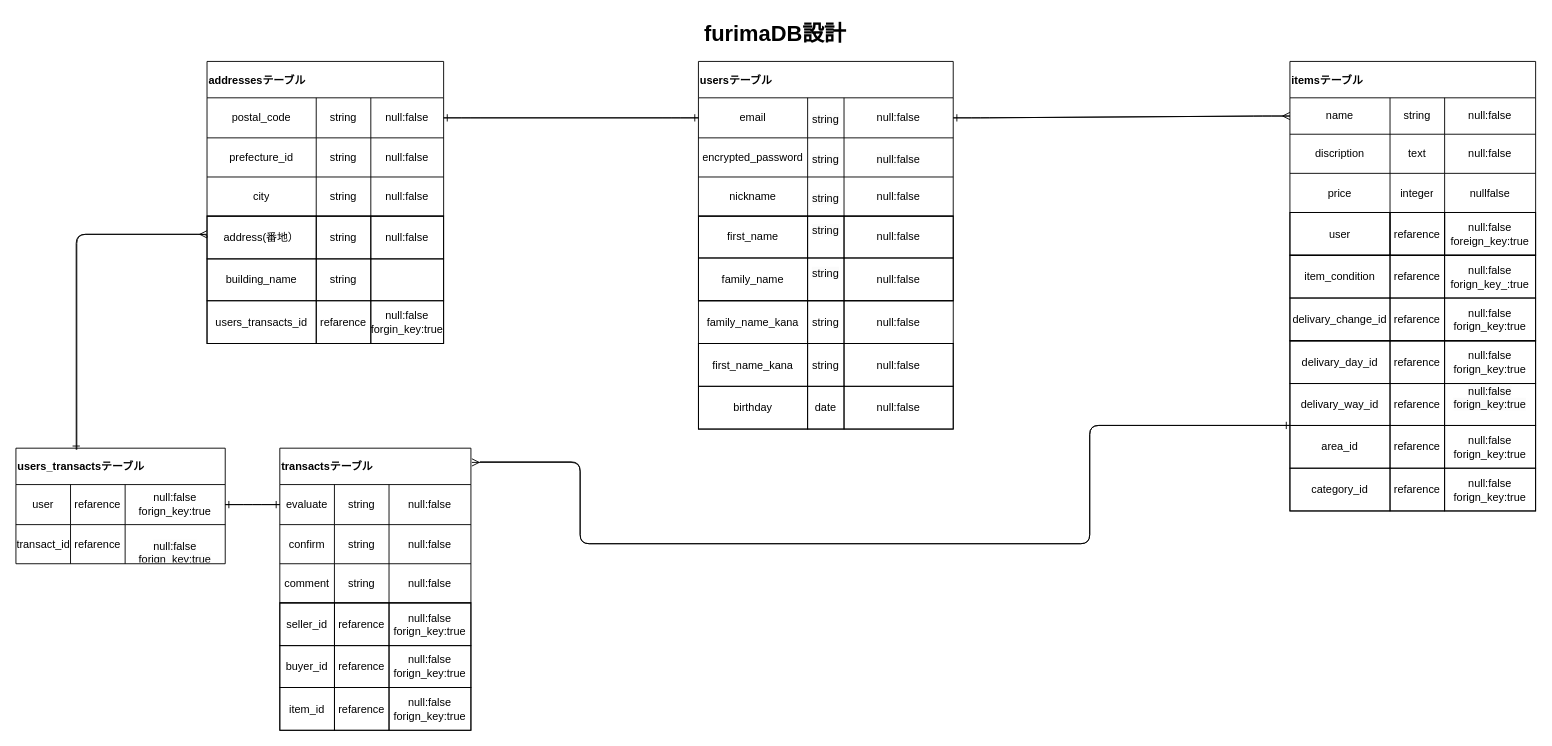
Before: test.dio in hiro1090/furima-40159, a draw.io diagram. Source tidied: cells renumbered, new cells numbered last; positions are measured from the earlier drawing's top-left corner, leaving out a move shared by most shapes. Both pictures are drawn from the tidied source at 91%, with x=0, y=0 at pixel (15, 15).
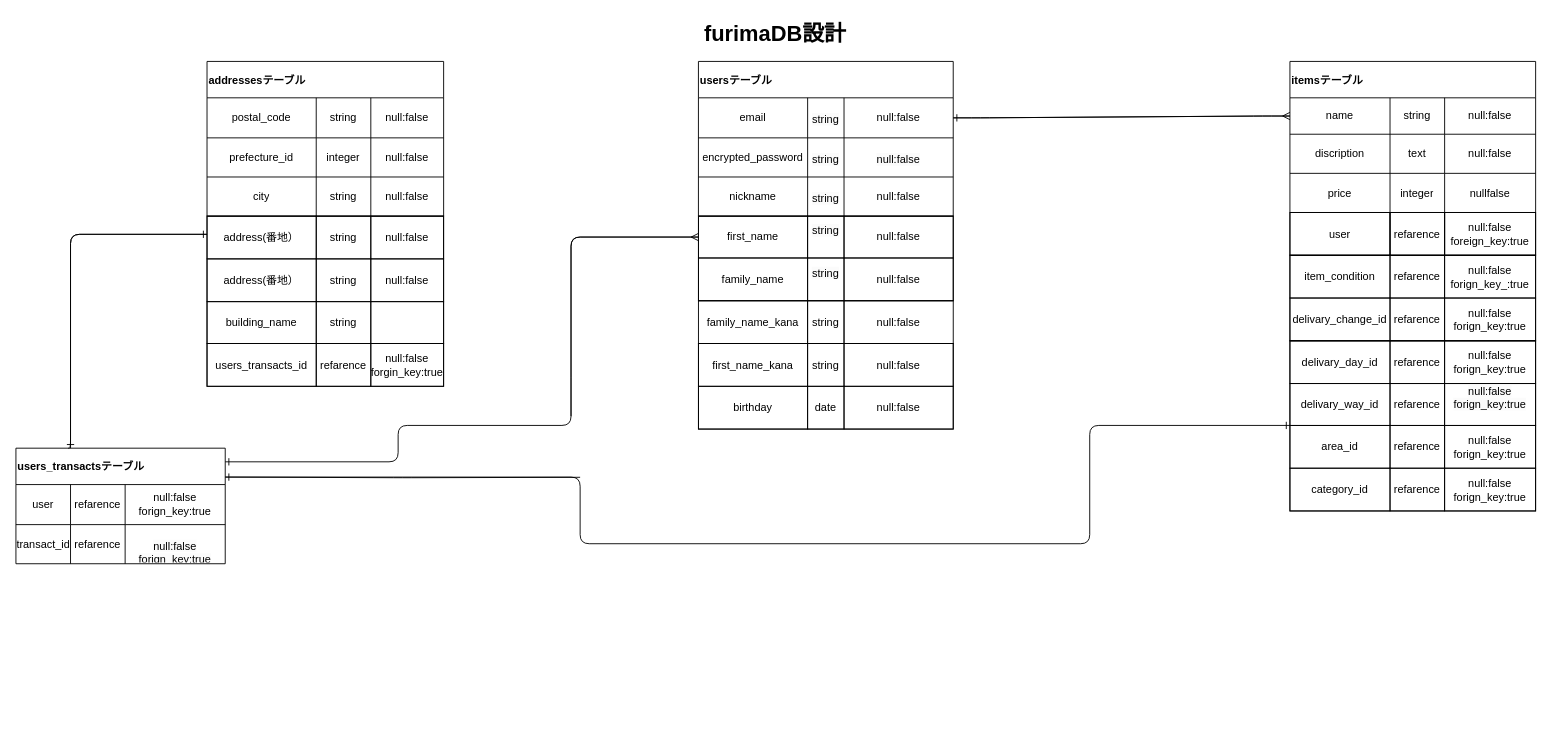
The same diagram, later.

Commit message (it also covers changes not shown here):
ER図、READMEの修正3

Unchanged cells that the change refers to:
```xml
<mxCell id="3" style="shape=tableRow;horizontal=0;startSize=0;swimlaneHead=0;swimlaneBody=0;top=0;left=0;bottom=0;right=0;fillColor=none;points=[[0,0.5],[1,0.5]];portConstraint=eastwest;fontSize=12;" parent="2" vertex="1">
  <mxGeometry y="40" width="280" height="44" as="geometry" />
</mxCell>
<mxCell id="17" style="shape=tableRow;horizontal=0;startSize=0;swimlaneHead=0;swimlaneBody=0;top=0;left=0;bottom=0;right=0;fontStyle=0;fillColor=none;strokeColor=inherit;sketch=0;strokeWidth=1;fontSize=12;" parent="16" vertex="1">
  <mxGeometry width="280" height="46" as="geometry" />
</mxCell>
<mxCell id="43" style="shape=tableRow;horizontal=0;startSize=0;swimlaneHead=0;swimlaneBody=0;top=0;left=0;bottom=0;right=0;fillColor=none;points=[[0,0.5],[1,0.5]];portConstraint=eastwest;" parent="42" vertex="1">
  <mxGeometry y="40" width="260" height="44" as="geometry" />
</mxCell>
<mxCell id="47" style="shape=tableRow;horizontal=0;startSize=0;swimlaneHead=0;swimlaneBody=0;top=0;left=0;bottom=0;right=0;fillColor=none;" parent="42" vertex="1">
  <mxGeometry y="84" width="260" height="43" as="geometry" />
</mxCell>
<mxCell id="100" style="shape=tableRow;horizontal=0;startSize=0;swimlaneHead=0;swimlaneBody=0;top=0;left=0;bottom=0;right=0;fontStyle=0;fillColor=none;strokeColor=inherit;sketch=0;strokeWidth=1;" parent="95" vertex="1">
  <mxGeometry y="47" width="270" height="46" as="geometry" />
</mxCell>
<mxCell id="104" style="shape=tableRow;horizontal=0;startSize=0;swimlaneHead=0;swimlaneBody=0;top=0;left=0;bottom=0;right=0;fontStyle=0;fillColor=none;strokeColor=inherit;sketch=0;strokeWidth=1;" parent="95" vertex="1">
  <mxGeometry y="93" width="270" height="47" as="geometry" />
</mxCell>
<mxCell id="137" value="users_transactsテーブル" style="shape=table;startSize=40;childLayout=tableLayout;fontStyle=1;align=left;swimlaneFillColor=none;" parent="1" vertex="1">
  <mxGeometry y="475" width="230" height="127" as="geometry" />
</mxCell>
<mxCell id="138" style="shape=tableRow;horizontal=0;startSize=0;swimlaneHead=0;swimlaneBody=0;top=0;left=0;bottom=0;right=0;fillColor=none;points=[[0,0.5],[1,0.5]];portConstraint=eastwest;" parent="137" vertex="1">
  <mxGeometry y="40" width="230" height="44" as="geometry" />
</mxCell>
```

What changed in the source:
```diff
@@
-    <mxCell id="49" value="string" style="shape=partialRectangle;html=1;whiteSpace=wrap;fillColor=none;top=0;left=0;bottom=0;right=0;overflow=hidden;" parent="47" vertex="1">
+    <mxCell id="49" value="integer" style="shape=partialRectangle;html=1;whiteSpace=wrap;fillColor=none;top=0;left=0;bottom=0;right=0;overflow=hidden;" parent="47" vertex="1">
       <mxGeometry x="120" width="60" height="43" as="geometry" />
     </mxCell>
@@
     <mxCell id="55" style="childLayout=tableLayout;shadow=0;fillColor=none;sketch=0;strokeColor=default;strokeWidth=1;" parent="1" vertex="1">
-      <mxGeometry x="210" y="220" width="260" height="140" as="geometry" />
+      <mxGeometry x="210" y="220" width="260" height="187" as="geometry" />
     </mxCell>
+    <mxCell id="152" style="shape=tableRow;horizontal=0;startSize=0;swimlaneHead=0;swimlaneBody=0;top=0;left=0;bottom=0;right=0;fontStyle=0;fillColor=none;strokeColor=inherit;sketch=0;strokeWidth=1;" parent="55" vertex="1">
+      <mxGeometry width="260" height="47" as="geometry" />
+    </mxCell>
+    <mxCell id="153" value="address(番地）" style="strokeColor=inherit;fillColor=none;align=center;whiteSpace=wrap;html=1;sketch=0;strokeWidth=1;" parent="152" vertex="1">
+      <mxGeometry width="120" height="47" as="geometry" />
+    </mxCell>
+    <mxCell id="154" value="string" style="strokeColor=inherit;fillColor=none;align=center;whiteSpace=wrap;html=1;sketch=0;strokeWidth=1;" parent="152" vertex="1">
+      <mxGeometry x="120" width="60" height="47" as="geometry" />
+    </mxCell>
+    <mxCell id="155" value="null:false" style="strokeColor=inherit;fillColor=none;align=center;whiteSpace=wrap;html=1;sketch=0;strokeWidth=1;" parent="152" vertex="1">
+      <mxGeometry x="180" width="80" height="47" as="geometry" />
+    </mxCell>
     <mxCell id="56" style="shape=tableRow;horizontal=0;startSize=0;swimlaneHead=0;swimlaneBody=0;top=0;left=0;bottom=0;right=0;fontStyle=0;fillColor=none;strokeColor=inherit;sketch=0;strokeWidth=1;" parent="55" vertex="1">
-      <mxGeometry width="260" height="47" as="geometry" />
+      <mxGeometry y="47" width="260" height="47" as="geometry" />
     </mxCell>
@@
     <mxCell id="60" style="shape=tableRow;horizontal=0;startSize=0;swimlaneHead=0;swimlaneBody=0;top=0;left=0;bottom=0;right=0;fontStyle=0;fillColor=none;strokeColor=inherit;sketch=0;strokeWidth=1;" parent="55" vertex="1">
-      <mxGeometry y="47" width="260" height="46" as="geometry" />
+      <mxGeometry y="94" width="260" height="46" as="geometry" />
     </mxCell>
@@
     <mxCell id="64" style="shape=tableRow;horizontal=0;startSize=0;swimlaneHead=0;swimlaneBody=0;top=0;left=0;bottom=0;right=0;fontStyle=0;fillColor=none;strokeColor=inherit;sketch=0;strokeWidth=1;" parent="55" vertex="1">
-      <mxGeometry y="93" width="260" height="47" as="geometry" />
+      <mxGeometry y="140" width="260" height="47" as="geometry" />
     </mxCell>
@@
-    <mxCell id="68" style="edgeStyle=entityRelationEdgeStyle;fontSize=12;html=1;endArrow=ERone;endFill=1;exitX=1;exitY=0.5;exitDx=0;exitDy=0;" parent="1" edge="1" source="43" target="3">
-      <mxGeometry relative="1" as="geometry" />
-    </mxCell>
-    <mxCell id="69" style="edgeStyle=entityRelationEdgeStyle;fontSize=12;html=1;endArrow=ERone;endFill=1;entryX=1;entryY=0.5;entryDx=0;entryDy=0;exitX=0;exitY=0.5;exitDx=0;exitDy=0;" parent="1" edge="1" source="3" target="43">
-      <mxGeometry relative="1" as="geometry" />
-    </mxCell>
@@
-    <mxCell id="73" value="transactsテーブル" style="shape=table;startSize=40;childLayout=tableLayout;fontStyle=1;align=left;swimlaneFillColor=none;" parent="1" vertex="1">
-      <mxGeometry x="290" y="475" width="210" height="170" as="geometry" />
-    </mxCell>
-    <mxCell id="74" style="shape=tableRow;horizontal=0;startSize=0;swimlaneHead=0;swimlaneBody=0;top=0;left=0;bottom=0;right=0;fillColor=none;points=[[0,0.5],[1,0.5]];portConstraint=eastwest;" parent="73" vertex="1">
-      <mxGeometry y="40" width="210" height="44" as="geometry" />
-    </mxCell>
-    <mxCell id="75" value="evaluate" style="shape=partialRectangle;html=1;whiteSpace=wrap;fillColor=none;top=0;left=0;bottom=0;right=0;overflow=hidden;" parent="74" vertex="1">
-      <mxGeometry width="60" height="44" as="geometry" />
-    </mxCell>
-    <mxCell id="76" value="string" style="shape=partialRectangle;html=1;whiteSpace=wrap;fillColor=none;top=0;left=0;bottom=0;right=0;overflow=hidden;" parent="74" vertex="1">
-      <mxGeometry x="60" width="60" height="44" as="geometry" />
-    </mxCell>
-    <mxCell id="77" value="null:false" style="shape=partialRectangle;html=1;whiteSpace=wrap;fillColor=none;top=0;left=0;bottom=0;right=0;overflow=hidden;" parent="74" vertex="1">
-      <mxGeometry x="120" width="90" height="44" as="geometry" />
-    </mxCell>
-    <mxCell id="78" style="shape=tableRow;horizontal=0;startSize=0;swimlaneHead=0;swimlaneBody=0;top=0;left=0;bottom=0;right=0;fillColor=none;" parent="73" vertex="1">
-      <mxGeometry y="84" width="210" height="43" as="geometry" />
-    </mxCell>
-    <mxCell id="79" value="confirm" style="shape=partialRectangle;html=1;whiteSpace=wrap;fillColor=none;top=0;left=0;bottom=0;right=0;overflow=hidden;" parent="78" vertex="1">
-      <mxGeometry width="60" height="43" as="geometry" />
-    </mxCell>
-    <mxCell id="80" value="string" style="shape=partialRectangle;html=1;whiteSpace=wrap;fillColor=none;top=0;left=0;bottom=0;right=0;overflow=hidden;" parent="78" vertex="1">
-      <mxGeometry x="60" width="60" height="43" as="geometry" />
-    </mxCell>
-    <mxCell id="81" value="null:false" style="shape=partialRectangle;html=1;whiteSpace=wrap;fillColor=none;top=0;left=0;bottom=0;right=0;overflow=hidden;" parent="78" vertex="1">
-      <mxGeometry x="120" width="90" height="43" as="geometry" />
-    </mxCell>
-    <mxCell id="82" style="shape=tableRow;horizontal=0;startSize=0;swimlaneHead=0;swimlaneBody=0;top=0;left=0;bottom=0;right=0;fillColor=none;" parent="73" vertex="1">
-      <mxGeometry y="127" width="210" height="43" as="geometry" />
-    </mxCell>
-    <mxCell id="83" value="comment" style="shape=partialRectangle;html=1;whiteSpace=wrap;fillColor=none;top=0;left=0;bottom=0;right=0;overflow=hidden;" parent="82" vertex="1">
-      <mxGeometry width="60" height="43" as="geometry" />
-    </mxCell>
-    <mxCell id="84" value="string" style="shape=partialRectangle;html=1;whiteSpace=wrap;fillColor=none;top=0;left=0;bottom=0;right=0;overflow=hidden;" parent="82" vertex="1">
-      <mxGeometry x="60" width="60" height="43" as="geometry" />
-    </mxCell>
-    <mxCell id="85" value="null:false" style="shape=partialRectangle;html=1;whiteSpace=wrap;fillColor=none;top=0;left=0;bottom=0;right=0;overflow=hidden;" parent="82" vertex="1">
-      <mxGeometry x="120" width="90" height="43" as="geometry" />
-    </mxCell>
@@
-    <mxCell id="124" style="childLayout=tableLayout;shadow=0;fillColor=none;sketch=0;strokeColor=default;strokeWidth=1;" parent="1" vertex="1">
-      <mxGeometry x="290" y="645" width="210" height="140" as="geometry" />
-    </mxCell>
-    <mxCell id="125" style="shape=tableRow;horizontal=0;startSize=0;swimlaneHead=0;swimlaneBody=0;top=0;left=0;bottom=0;right=0;fontStyle=0;fillColor=none;strokeColor=inherit;sketch=0;strokeWidth=1;" parent="124" vertex="1">
-      <mxGeometry width="210" height="47" as="geometry" />
-    </mxCell>
-    <mxCell id="126" value="seller_id" style="strokeColor=inherit;fillColor=none;align=center;whiteSpace=wrap;html=1;sketch=0;strokeWidth=1;" parent="125" vertex="1">
-      <mxGeometry width="60" height="47" as="geometry" />
-    </mxCell>
-    <mxCell id="127" value="refarence" style="strokeColor=inherit;fillColor=none;align=center;whiteSpace=wrap;html=1;sketch=0;strokeWidth=1;" parent="125" vertex="1">
-      <mxGeometry x="60" width="60" height="47" as="geometry" />
-    </mxCell>
-    <mxCell id="128" value="null:false&lt;br style=&quot;border-color: var(--border-color);&quot;&gt;forign_key:true" style="strokeColor=inherit;fillColor=none;align=center;whiteSpace=wrap;html=1;sketch=0;strokeWidth=1;" parent="125" vertex="1">
-      <mxGeometry x="120" width="90" height="47" as="geometry" />
-    </mxCell>
-    <mxCell id="129" style="shape=tableRow;horizontal=0;startSize=0;swimlaneHead=0;swimlaneBody=0;top=0;left=0;bottom=0;right=0;fontStyle=0;fillColor=none;strokeColor=inherit;sketch=0;strokeWidth=1;" parent="124" vertex="1">
-      <mxGeometry y="47" width="210" height="46" as="geometry" />
-    </mxCell>
-    <mxCell id="130" value="buyer_id" style="strokeColor=inherit;fillColor=none;align=center;whiteSpace=wrap;html=1;sketch=0;strokeWidth=1;" parent="129" vertex="1">
-      <mxGeometry width="60" height="46" as="geometry" />
-    </mxCell>
-    <mxCell id="131" value="refarence" style="strokeColor=inherit;fillColor=none;align=center;whiteSpace=wrap;html=1;sketch=0;strokeWidth=1;" parent="129" vertex="1">
-      <mxGeometry x="60" width="60" height="46" as="geometry" />
-    </mxCell>
-    <mxCell id="132" value="null:false&lt;br style=&quot;border-color: var(--border-color);&quot;&gt;forign_key:true" style="strokeColor=inherit;fillColor=none;align=center;whiteSpace=wrap;html=1;sketch=0;strokeWidth=1;" parent="129" vertex="1">
-      <mxGeometry x="120" width="90" height="46" as="geometry" />
-    </mxCell>
-    <mxCell id="133" style="shape=tableRow;horizontal=0;startSize=0;swimlaneHead=0;swimlaneBody=0;top=0;left=0;bottom=0;right=0;fontStyle=0;fillColor=none;strokeColor=inherit;sketch=0;strokeWidth=1;" parent="124" vertex="1">
-      <mxGeometry y="93" width="210" height="47" as="geometry" />
-    </mxCell>
-    <mxCell id="134" value="item_id" style="strokeColor=inherit;fillColor=none;align=center;whiteSpace=wrap;html=1;sketch=0;strokeWidth=1;" parent="133" vertex="1">
-      <mxGeometry width="60" height="47" as="geometry" />
-    </mxCell>
-    <mxCell id="135" value="refarence" style="strokeColor=inherit;fillColor=none;align=center;whiteSpace=wrap;html=1;sketch=0;strokeWidth=1;" parent="133" vertex="1">
-      <mxGeometry x="60" width="60" height="47" as="geometry" />
-    </mxCell>
-    <mxCell id="136" value="null:false&lt;br style=&quot;border-color: var(--border-color);&quot;&gt;forign_key:true" style="strokeColor=inherit;fillColor=none;align=center;whiteSpace=wrap;html=1;sketch=0;strokeWidth=1;" parent="133" vertex="1">
-      <mxGeometry x="120" width="90" height="47" as="geometry" />
-    </mxCell>
@@
-    <mxCell id="146" style="edgeStyle=entityRelationEdgeStyle;fontSize=12;html=1;endArrow=ERone;endFill=1;entryX=1;entryY=0.5;entryDx=0;entryDy=0;exitX=0;exitY=0.5;exitDx=0;exitDy=0;" parent="1" edge="1" source="74" target="138">
-      <mxGeometry relative="1" as="geometry" />
-    </mxCell>
-    <mxCell id="147" style="edgeStyle=entityRelationEdgeStyle;fontSize=12;html=1;endArrow=ERone;endFill=1;entryX=0;entryY=0.5;entryDx=0;entryDy=0;" parent="1" edge="1" source="138" target="74">
-      <mxGeometry relative="1" as="geometry" />
-    </mxCell>
-    <mxCell id="148" style="edgeStyle=orthogonalEdgeStyle;fontSize=12;html=1;endArrow=ERmany;entryX=1.005;entryY=0.092;entryDx=0;entryDy=0;entryPerimeter=0;exitX=0;exitY=1;exitDx=0;exitDy=0;" parent="1" edge="1" source="100" target="73">
-      <mxGeometry relative="1" as="geometry">
-        <Array as="points">
-          <mxPoint x="1180" y="450" />
-          <mxPoint x="1180" y="580" />
-          <mxPoint x="620" y="580" />
-          <mxPoint x="620" y="491" />
-        </Array>
-      </mxGeometry>
-    </mxCell>
-    <mxCell id="149" style="edgeStyle=orthogonalEdgeStyle;fontSize=12;html=1;endArrow=ERone;endFill=1;entryX=0;entryY=0;entryDx=0;entryDy=0;" parent="1" edge="1" target="104">
+    <mxCell id="149" style="edgeStyle=orthogonalEdgeStyle;fontSize=12;html=1;endArrow=ERone;endFill=1;entryX=0;entryY=0;entryDx=0;entryDy=0;exitX=1;exitY=0.25;exitDx=0;exitDy=0;" parent="1" edge="1" source="137" target="104">
       <mxGeometry relative="1" as="geometry">
-        <mxPoint x="510" y="490" as="sourcePoint" />
         <Array as="points">
-          <mxPoint x="620" y="490" />
+          <mxPoint x="620" y="507" />
           <mxPoint x="620" y="580" />
           <mxPoint x="1180" y="580" />
           <mxPoint x="1180" y="450" />
         </Array>
       </mxGeometry>
     </mxCell>
-    <mxCell id="150" style="edgeStyle=orthogonalEdgeStyle;fontSize=12;html=1;endArrow=ERone;endFill=1;entryX=0.288;entryY=0.013;entryDx=0;entryDy=0;entryPerimeter=0;exitX=0;exitY=0.5;exitDx=0;exitDy=0;" parent="1" edge="1" source="56" target="137">
+    <mxCell id="150" style="edgeStyle=orthogonalEdgeStyle;fontSize=12;html=1;endArrow=ERone;endFill=1;" parent="1" edge="1" source="152" target="137">
       <mxGeometry relative="1" as="geometry">
         <Array as="points">
-          <mxPoint x="210" y="240" />
-          <mxPoint x="66" y="240" />
+          <mxPoint x="60" y="240" />
         </Array>
       </mxGeometry>
     </mxCell>
-    <mxCell id="151" style="edgeStyle=orthogonalEdgeStyle;fontSize=12;html=1;endArrow=ERmany;exitX=0.291;exitY=0.013;exitDx=0;exitDy=0;exitPerimeter=0;" parent="1" edge="1" source="137" target="56">
+    <mxCell id="151" style="edgeStyle=orthogonalEdgeStyle;fontSize=12;html=1;endArrow=ERone;endFill=1;exitX=0.25;exitY=0;exitDx=0;exitDy=0;" parent="1" edge="1" source="137" target="152">
       <mxGeometry relative="1" as="geometry">
         <Array as="points">
-          <mxPoint x="67" y="240" />
+          <mxPoint x="60" y="475" />
+          <mxPoint x="60" y="240" />
         </Array>
       </mxGeometry>
     </mxCell>
+    <mxCell id="156" style="edgeStyle=orthogonalEdgeStyle;fontSize=12;html=1;endArrow=ERone;endFill=1;entryX=1;entryY=0.25;entryDx=0;entryDy=0;" parent="1" edge="1" target="137">
+      <mxGeometry relative="1" as="geometry">
+        <mxPoint x="620" y="507" as="sourcePoint" />
+      </mxGeometry>
+    </mxCell>
+    <mxCell id="157" style="edgeStyle=orthogonalEdgeStyle;fontSize=12;html=1;endArrow=ERone;endFill=1;entryX=1;entryY=0.118;entryDx=0;entryDy=0;entryPerimeter=0;exitX=0;exitY=0.5;exitDx=0;exitDy=0;" parent="1" edge="1" source="17" target="137">
+      <mxGeometry relative="1" as="geometry">
+        <Array as="points">
+          <mxPoint x="610" y="243" />
+          <mxPoint x="610" y="450" />
+          <mxPoint x="420" y="450" />
+          <mxPoint x="420" y="490" />
+        </Array>
+      </mxGeometry>
+    </mxCell>
+    <mxCell id="158" style="edgeStyle=orthogonalEdgeStyle;fontSize=12;html=1;endArrow=ERmany;entryX=0;entryY=0.5;entryDx=0;entryDy=0;" parent="1" edge="1" target="17">
+      <mxGeometry relative="1" as="geometry">
+        <mxPoint x="610" y="440" as="sourcePoint" />
+        <Array as="points">
+          <mxPoint x="610" y="387" />
+          <mxPoint x="610" y="243" />
+        </Array>
+      </mxGeometry>
+    </mxCell>
```
